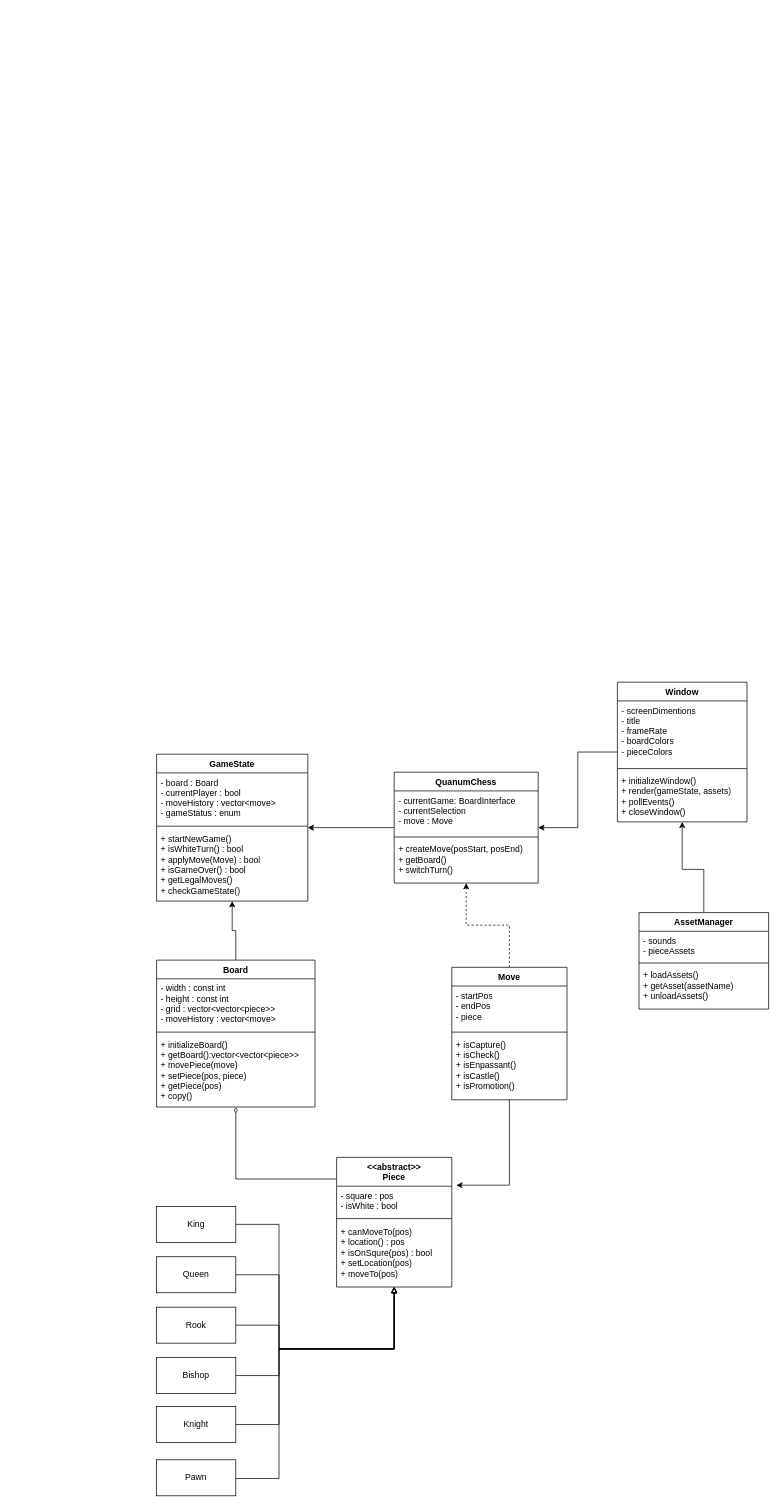
Above: QuantumChess.drawio in ZipCode-UA/QuantumChess (draw.io), before the change. Source tidied: cells renumbered, new cells numbered last; positions are measured from the earlier drawing's top-left corner, leaving out a move shared by most shapes. Both pictures are drawn from the tidied source at 72%, with x=0, y=0 at pixel (156, 682).
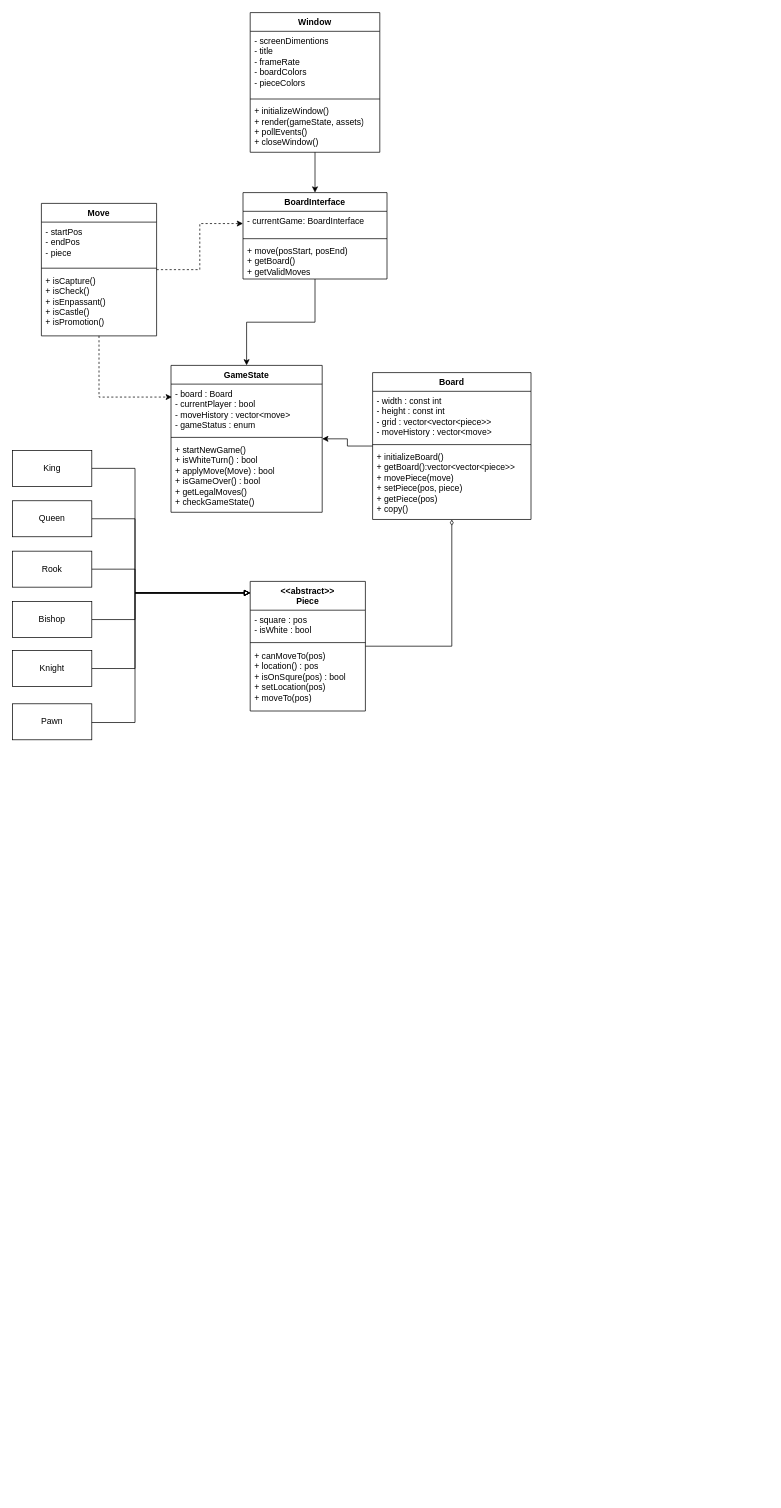
After the change.

Commit message (it also covers changes not shown here):
Update class diagram

Unchanged cells that the change refers to:
```xml
<mxCell id="7" value="- board : Board&lt;div&gt;- currentPlayer : bool&lt;/div&gt;&lt;div&gt;- moveHistory : vector&amp;lt;move&amp;gt;&lt;/div&gt;&lt;div&gt;- gameStatus : enum&lt;/div&gt;" style="text;strokeColor=none;fillColor=none;align=left;verticalAlign=top;spacingLeft=4;spacingRight=4;overflow=hidden;points=[[0,0.5],[1,0.5]];portConstraint=eastwest;whiteSpace=wrap;html=1;" parent="6" vertex="1">
  <mxGeometry y="26" width="210" height="70" as="geometry" />
</mxCell>
```

The edit, as a diff of the source:
```diff
@@
-    <mxCell id="2" value="QuanumChess" style="swimlane;fontStyle=1;align=center;verticalAlign=top;horizontal=1;startSize=26;whiteSpace=wrap;html=1;" parent="1" vertex="1">
-      <mxGeometry x="330" y="125" width="200" height="154" as="geometry" />
+    <mxCell id="2" value="BoardInterface" style="swimlane;fontStyle=1;align=center;verticalAlign=top;horizontal=1;startSize=26;whiteSpace=wrap;html=1;" parent="1" vertex="1">
+      <mxGeometry x="120" y="-680" width="200" height="120" as="geometry" />
     </mxCell>
-    <mxCell id="3" value="- currentGame: BoardInterface&lt;div&gt;- currentSelection&lt;/div&gt;&lt;div&gt;- move : Move&lt;/div&gt;" style="text;strokeColor=none;fillColor=none;align=left;verticalAlign=top;spacingLeft=4;spacingRight=4;overflow=hidden;points=[[0,0.5],[1,0.5]];portConstraint=eastwest;whiteSpace=wrap;html=1;" parent="2" vertex="1">
-      <mxGeometry y="26" width="200" height="60" as="geometry" />
+    <mxCell id="3" value="- currentGame: BoardInterface" style="text;strokeColor=none;fillColor=none;align=left;verticalAlign=top;spacingLeft=4;spacingRight=4;overflow=hidden;points=[[0,0.5],[1,0.5]];portConstraint=eastwest;whiteSpace=wrap;html=1;" parent="2" vertex="1">
+      <mxGeometry y="26" width="200" height="34" as="geometry" />
     </mxCell>
     <mxCell id="4" style="line;strokeWidth=1;fillColor=none;align=left;verticalAlign=middle;spacingTop=-1;spacingLeft=3;spacingRight=3;labelPosition=right;strokeColor=inherit;" parent="2" vertex="1">
-      <mxGeometry y="86" width="200" height="8" as="geometry" />
+      <mxGeometry y="60" width="200" height="8" as="geometry" />
     </mxCell>
-    <mxCell id="5" value="+ createMove(posStart, posEnd)&lt;div&gt;+ getBoard()&lt;/div&gt;&lt;div&gt;+ switchTurn()&lt;/div&gt;" style="text;strokeColor=none;fillColor=none;align=left;verticalAlign=top;spacingLeft=4;spacingRight=4;overflow=hidden;whiteSpace=wrap;html=1;" parent="2" vertex="1">
-      <mxGeometry y="94" width="200" height="60" as="geometry" />
+    <mxCell id="5" value="+ move(posStart, posEnd)&lt;div&gt;+ getBoard()&lt;/div&gt;&lt;div&gt;+ getValidMoves&lt;/div&gt;" style="text;strokeColor=none;fillColor=none;align=left;verticalAlign=top;spacingLeft=4;spacingRight=4;overflow=hidden;whiteSpace=wrap;html=1;" parent="2" vertex="1">
+      <mxGeometry y="68" width="200" height="52" as="geometry" />
     </mxCell>
     <mxCell id="6" value="GameState&lt;div&gt;&lt;br&gt;&lt;/div&gt;" style="swimlane;fontStyle=1;align=center;verticalAlign=top;horizontal=1;startSize=26;whiteSpace=wrap;html=1;" parent="1" vertex="1">
-      <mxGeometry y="100" width="210" height="204" as="geometry" />
+      <mxGeometry x="20" y="-440" width="210" height="204" as="geometry" />
     </mxCell>
@@
     <mxCell id="10" value="Window" style="swimlane;fontStyle=1;align=center;verticalAlign=top;horizontal=1;startSize=26;whiteSpace=wrap;html=1;" parent="1" vertex="1">
-      <mxGeometry x="640" width="180" height="194" as="geometry" />
+      <mxGeometry x="130" y="-930" width="180" height="194" as="geometry" />
     </mxCell>
@@
     <mxCell id="15" style="edgeStyle=orthogonalEdgeStyle;rounded=0;jettySize=auto;html=1;endArrow=diamondThin;endFill=0;" parent="1" edge="1" source="26" target="22">
-      <mxGeometry relative="1" as="geometry">
-        <Array as="points">
-          <mxPoint x="330" y="690" />
-          <mxPoint x="110" y="690" />
-        </Array>
-      </mxGeometry>
+      <mxGeometry relative="1" as="geometry" />
     </mxCell>
@@
-    <mxCell id="17" style="edgeStyle=orthogonalEdgeStyle;rounded=0;jettySize=auto;html=1;" parent="1" edge="1" source="18" target="10">
-      <mxGeometry relative="1" as="geometry">
-        <Array as="points">
-          <mxPoint x="760" y="260" />
-          <mxPoint x="730" y="260" />
-        </Array>
-      </mxGeometry>
-    </mxCell>
-    <mxCell id="18" value="AssetManager" style="swimlane;fontStyle=1;align=center;verticalAlign=top;horizontal=1;startSize=26;whiteSpace=wrap;html=1;" parent="1" vertex="1">
-      <mxGeometry x="670" y="320" width="180" height="134" as="geometry" />
-    </mxCell>
-    <mxCell id="19" value="- sounds&lt;div&gt;- pieceAssets&lt;/div&gt;" style="text;strokeColor=none;fillColor=none;align=left;verticalAlign=top;spacingLeft=4;spacingRight=4;overflow=hidden;whiteSpace=wrap;html=1;" parent="18" vertex="1">
-      <mxGeometry y="26" width="180" height="40" as="geometry" />
-    </mxCell>
-    <mxCell id="20" style="line;strokeWidth=1;fillColor=none;align=left;verticalAlign=middle;spacingTop=-1;spacingLeft=3;spacingRight=3;labelPosition=right;strokeColor=inherit;" parent="18" vertex="1">
-      <mxGeometry y="66" width="180" height="8" as="geometry" />
-    </mxCell>
-    <mxCell id="21" value="+ loadAssets()&lt;div&gt;+ getAsset(assetName)&lt;/div&gt;&lt;div&gt;+ unloadAssets()&lt;/div&gt;" style="text;strokeColor=none;fillColor=none;align=left;verticalAlign=top;spacingLeft=4;spacingRight=4;overflow=hidden;whiteSpace=wrap;html=1;" parent="18" vertex="1">
-      <mxGeometry y="74" width="180" height="60" as="geometry" />
-    </mxCell>
     <mxCell id="22" value="Board" style="swimlane;fontStyle=1;align=center;verticalAlign=top;horizontal=1;startSize=26;whiteSpace=wrap;html=1;" parent="1" vertex="1">
-      <mxGeometry y="386" width="220" height="204" as="geometry" />
+      <mxGeometry x="300" y="-430" width="220" height="204" as="geometry" />
     </mxCell>
@@
-    <mxCell id="26" value="&lt;div&gt;&amp;lt;&amp;lt;abstract&amp;gt;&amp;gt;&lt;/div&gt;Piece" style="swimlane;fontStyle=1;align=center;verticalAlign=top;horizontal=1;startSize=40;whiteSpace=wrap;html=1;" parent="1" vertex="1">
-      <mxGeometry x="250" y="660" width="160" height="180" as="geometry" />
-    </mxCell>
-    <mxCell id="27" value="- square : pos&lt;div&gt;- isWhite : bool&lt;/div&gt;" style="text;strokeColor=none;fillColor=none;align=left;verticalAlign=top;spacingLeft=4;spacingRight=4;overflow=hidden;points=[[0,0.5],[1,0.5]];portConstraint=eastwest;whiteSpace=wrap;html=1;" parent="26" vertex="1">
-      <mxGeometry y="40" width="160" height="40" as="geometry" />
-    </mxCell>
-    <mxCell id="28" style="line;strokeWidth=1;fillColor=none;align=left;verticalAlign=middle;spacingTop=-1;spacingLeft=3;spacingRight=3;labelPosition=right;strokeColor=inherit;" parent="26" vertex="1">
-      <mxGeometry y="80" width="160" height="10" as="geometry" />
-    </mxCell>
-    <mxCell id="29" value="+ canMoveTo(pos)&lt;div&gt;+ location() : pos&lt;/div&gt;&lt;div&gt;+ isOnSqure(pos) : bool&lt;/div&gt;&lt;div&gt;+ setLocation(pos)&lt;/div&gt;&lt;div&gt;+ moveTo(pos)&lt;/div&gt;" style="text;strokeColor=none;fillColor=none;align=left;verticalAlign=top;spacingLeft=4;spacingRight=4;overflow=hidden;whiteSpace=wrap;html=1;" parent="26" vertex="1">
-      <mxGeometry y="90" width="160" height="90" as="geometry" />
-    </mxCell>
     <mxCell id="30" style="edgeStyle=orthogonalEdgeStyle;rounded=0;jettySize=auto;html=1;endArrow=block;endFill=0;" parent="1" edge="1" source="31" target="26">
       <mxGeometry relative="1" as="geometry">
         <Array as="points">
-          <mxPoint x="170" y="753" />
-          <mxPoint x="170" y="926" />
+          <mxPoint x="-30" y="-297" />
+          <mxPoint x="-30" y="-124" />
         </Array>
       </mxGeometry>
     </mxCell>
     <mxCell id="31" value="King" style="html=1;whiteSpace=wrap;" parent="1" vertex="1">
-      <mxGeometry y="728" width="110" height="50" as="geometry" />
+      <mxGeometry x="-200" y="-322" width="110" height="50" as="geometry" />
     </mxCell>
     <mxCell id="32" style="edgeStyle=orthogonalEdgeStyle;rounded=0;jettySize=auto;html=1;endArrow=block;endFill=0;" parent="1" edge="1" source="33" target="26">
       <mxGeometry relative="1" as="geometry">
         <Array as="points">
-          <mxPoint x="170" y="823" />
-          <mxPoint x="170" y="926" />
+          <mxPoint x="-30" y="-227" />
+          <mxPoint x="-30" y="-124" />
         </Array>
       </mxGeometry>
     </mxCell>
     <mxCell id="33" value="Queen" style="html=1;whiteSpace=wrap;" parent="1" vertex="1">
-      <mxGeometry y="798" width="110" height="50" as="geometry" />
+      <mxGeometry x="-200" y="-252" width="110" height="50" as="geometry" />
     </mxCell>
     <mxCell id="34" style="edgeStyle=orthogonalEdgeStyle;rounded=0;jettySize=auto;html=1;endArrow=block;endFill=0;" parent="1" edge="1" source="35" target="26">
       <mxGeometry relative="1" as="geometry">
         <Array as="points">
-          <mxPoint x="170" y="893" />
-          <mxPoint x="170" y="926" />
+          <mxPoint x="-30" y="-157" />
+          <mxPoint x="-30" y="-124" />
         </Array>
       </mxGeometry>
     </mxCell>
     <mxCell id="35" value="Rook" style="html=1;whiteSpace=wrap;" parent="1" vertex="1">
-      <mxGeometry y="868" width="110" height="50" as="geometry" />
+      <mxGeometry x="-200" y="-182" width="110" height="50" as="geometry" />
     </mxCell>
     <mxCell id="36" style="edgeStyle=orthogonalEdgeStyle;rounded=0;jettySize=auto;html=1;endArrow=block;endFill=0;" parent="1" edge="1" source="37" target="26">
       <mxGeometry relative="1" as="geometry">
         <Array as="points">
-          <mxPoint x="170" y="963" />
-          <mxPoint x="170" y="926" />
+          <mxPoint x="-30" y="-87" />
+          <mxPoint x="-30" y="-124" />
         </Array>
       </mxGeometry>
     </mxCell>
     <mxCell id="37" value="Bishop" style="html=1;whiteSpace=wrap;" parent="1" vertex="1">
-      <mxGeometry y="938" width="110" height="50" as="geometry" />
+      <mxGeometry x="-200" y="-112" width="110" height="50" as="geometry" />
     </mxCell>
     <mxCell id="38" style="edgeStyle=orthogonalEdgeStyle;rounded=0;jettySize=auto;html=1;endArrow=block;endFill=0;" parent="1" edge="1" source="39" target="26">
       <mxGeometry relative="1" as="geometry">
         <Array as="points">
-          <mxPoint x="170" y="1031" />
-          <mxPoint x="170" y="926" />
+          <mxPoint x="-30" y="-19" />
+          <mxPoint x="-30" y="-124" />
         </Array>
       </mxGeometry>
     </mxCell>
     <mxCell id="39" value="Knight" style="html=1;whiteSpace=wrap;" parent="1" vertex="1">
-      <mxGeometry y="1006" width="110" height="50" as="geometry" />
+      <mxGeometry x="-200" y="-44" width="110" height="50" as="geometry" />
     </mxCell>
-    <mxCell id="40" style="edgeStyle=orthogonalEdgeStyle;rounded=0;jettySize=auto;html=1;endArrow=block;endFill=0;" parent="1" edge="1" target="26">
-      <mxGeometry relative="1" as="geometry">
-        <mxPoint x="110" y="1106" as="sourcePoint" />
-        <Array as="points">
-          <mxPoint x="170" y="1106" />
-          <mxPoint x="170" y="926" />
-        </Array>
-      </mxGeometry>
-    </mxCell>
     <mxCell id="41" value="Pawn" style="html=1;whiteSpace=wrap;" parent="1" vertex="1">
-      <mxGeometry y="1080" width="110" height="50" as="geometry" />
+      <mxGeometry x="-200" y="30" width="110" height="50" as="geometry" />
     </mxCell>
@@
-    <mxCell id="43" style="edgeStyle=orthogonalEdgeStyle;rounded=0;jettySize=auto;html=1;dashed=1;" parent="1" edge="1" source="44" target="2">
+    <mxCell id="43" style="edgeStyle=orthogonalEdgeStyle;rounded=0;jettySize=auto;html=1;dashed=1;entryX=0;entryY=0.5;entryDx=0;entryDy=0;" parent="1" edge="1" source="44" target="3">
       <mxGeometry relative="1" as="geometry" />
     </mxCell>
     <mxCell id="44" value="Move" style="swimlane;fontStyle=1;align=center;verticalAlign=top;horizontal=1;startSize=26;whiteSpace=wrap;html=1;" parent="1" vertex="1">
-      <mxGeometry x="410" y="396" width="160" height="184" as="geometry" />
+      <mxGeometry x="-160" y="-665" width="160" height="184" as="geometry" />
     </mxCell>
@@
-    <mxCell id="48" style="edgeStyle=orthogonalEdgeStyle;rounded=0;jettySize=auto;html=1;endArrow=none;endFill=0;startArrow=classic;startFill=1;exitX=1.039;exitY=-0.035;exitDx=0;exitDy=0;exitPerimeter=0;" parent="1" edge="1" source="27" target="44">
-      <mxGeometry relative="1" as="geometry" />
-    </mxCell>
+    <mxCell id="49" style="edgeStyle=orthogonalEdgeStyle;rounded=0;jettySize=auto;html=1;endArrow=block;endFill=0;" parent="1" edge="1" target="26">
+      <mxGeometry relative="1" as="geometry">
+        <mxPoint x="-90" y="56" as="sourcePoint" />
+        <Array as="points">
+          <mxPoint x="-30" y="56" />
+          <mxPoint x="-30" y="-124" />
+        </Array>
+      </mxGeometry>
+    </mxCell>
+    <mxCell id="26" value="&lt;div&gt;&amp;lt;&amp;lt;abstract&amp;gt;&amp;gt;&lt;/div&gt;Piece" style="swimlane;fontStyle=1;align=center;verticalAlign=top;horizontal=1;startSize=40;whiteSpace=wrap;html=1;" parent="1" vertex="1">
+      <mxGeometry x="130" y="-140" width="160" height="180" as="geometry" />
+    </mxCell>
+    <mxCell id="27" value="- square : pos&lt;div&gt;- isWhite : bool&lt;/div&gt;" style="text;strokeColor=none;fillColor=none;align=left;verticalAlign=top;spacingLeft=4;spacingRight=4;overflow=hidden;points=[[0,0.5],[1,0.5]];portConstraint=eastwest;whiteSpace=wrap;html=1;" parent="26" vertex="1">
+      <mxGeometry y="40" width="160" height="40" as="geometry" />
+    </mxCell>
+    <mxCell id="28" style="line;strokeWidth=1;fillColor=none;align=left;verticalAlign=middle;spacingTop=-1;spacingLeft=3;spacingRight=3;labelPosition=right;strokeColor=inherit;" parent="26" vertex="1">
+      <mxGeometry y="80" width="160" height="10" as="geometry" />
+    </mxCell>
+    <mxCell id="29" value="+ canMoveTo(pos)&lt;div&gt;+ location() : pos&lt;/div&gt;&lt;div&gt;+ isOnSqure(pos) : bool&lt;/div&gt;&lt;div&gt;+ setLocation(pos)&lt;/div&gt;&lt;div&gt;+ moveTo(pos)&lt;/div&gt;" style="text;strokeColor=none;fillColor=none;align=left;verticalAlign=top;spacingLeft=4;spacingRight=4;overflow=hidden;whiteSpace=wrap;html=1;" parent="26" vertex="1">
+      <mxGeometry y="90" width="160" height="90" as="geometry" />
+    </mxCell>
+    <mxCell id="50" style="edgeStyle=orthogonalEdgeStyle;rounded=0;jettySize=auto;html=1;dashed=1;entryX=0.006;entryY=0.257;entryDx=0;entryDy=0;entryPerimeter=0;" parent="1" edge="1" source="44" target="7">
+      <mxGeometry relative="1" as="geometry" />
+    </mxCell>
```
